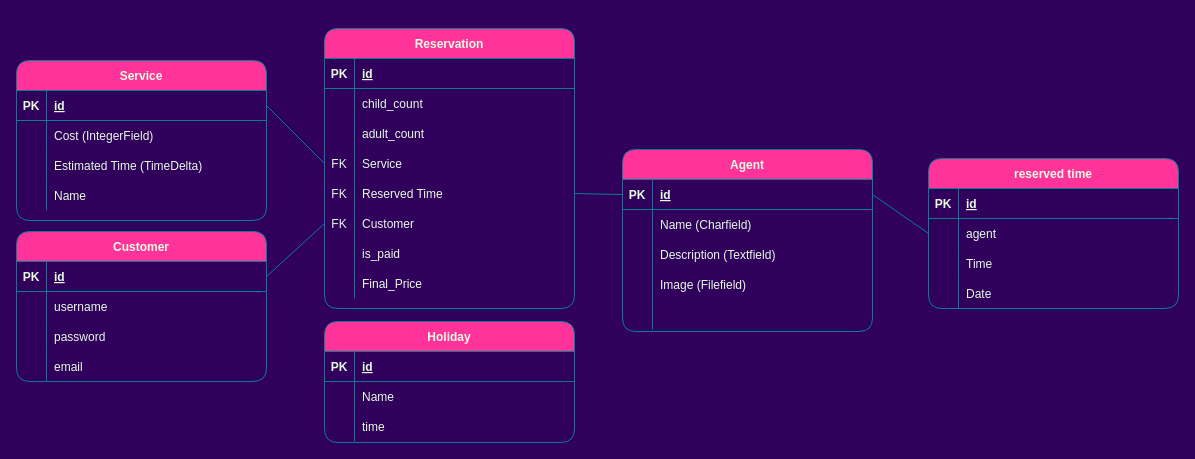
AlirezaDelkhahi/Salon keeps this draw.io diagram as Untitled Diagram.drawio. Above is the earlier version. Source tidied: cells renumbered, new cells numbered last; positions are measured from the earlier drawing's top-left corner, leaving out a move shared by most shapes. Both pictures are drawn from the tidied source at 100%, with x=0, y=0 at pixel (16, 28).
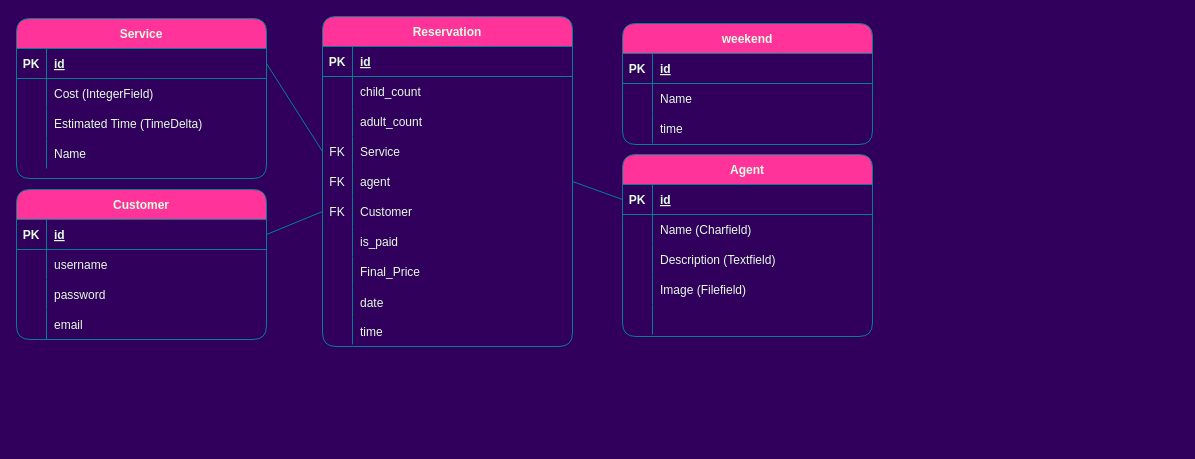
After the change.

The change refers to these unchanged cells:
```xml
<mxCell id="16" style="shape=partialRectangle;fillColor=none;points=[[0,0.5],[1,0.5]];portConstraint=eastwest;top=0;left=0;right=0;bottom=1;strokeColor=#028090;fontColor=#E4FDE1;rounded=1;" parent="15" vertex="1">
  <mxGeometry y="30" width="250" height="30" as="geometry" />
</mxCell>
<mxCell id="67" style="shape=partialRectangle;fillColor=none;points=[[0,0.5],[1,0.5]];portConstraint=eastwest;top=0;left=0;right=0;bottom=0;strokeColor=#028090;fontColor=#E4FDE1;rounded=1;" parent="54" vertex="1">
  <mxGeometry y="150" width="250" height="30" as="geometry" />
</mxCell>
```

The edit, as a diff of the source:
```diff
@@
     <mxCell id="2" value="Service" style="shape=table;startSize=30;childLayout=tableLayout;rowLines=0;fontStyle=1;align=center;fillColor=#FF3399;strokeColor=#028090;fontColor=#E4FDE1;rounded=1;" parent="1" vertex="1">
-      <mxGeometry y="32" width="250" height="160" as="geometry" />
+      <mxGeometry y="-10" width="250" height="160" as="geometry" />
     </mxCell>
@@
     <mxCell id="15" value="Agent" style="shape=table;startSize=30;childLayout=tableLayout;rowLines=0;fontStyle=1;align=center;fillColor=#FF3399;strokeColor=#028090;fontColor=#E4FDE1;rounded=1;" parent="1" vertex="1">
-      <mxGeometry x="606" y="121" width="250" height="182" as="geometry" />
+      <mxGeometry x="606" y="126" width="250" height="182" as="geometry" />
     </mxCell>
@@
     <mxCell id="31" value="Customer" style="shape=table;startSize=30;childLayout=tableLayout;rowLines=0;fontStyle=1;align=center;fillColor=#FF3399;strokeColor=#028090;fontColor=#E4FDE1;rounded=1;" parent="1" vertex="1">
-      <mxGeometry y="203" width="250" height="150" as="geometry" />
+      <mxGeometry y="161" width="250" height="150" as="geometry" />
     </mxCell>
@@
-    <mxCell id="44" value="Holiday" style="shape=table;startSize=30;childLayout=tableLayout;rowLines=0;fontStyle=1;align=center;fillColor=#FF3399;strokeColor=#028090;fontColor=#E4FDE1;rounded=1;" parent="1" vertex="1">
-      <mxGeometry x="308" y="293" width="250" height="121" as="geometry" />
+    <mxCell id="44" value="weekend" style="shape=table;startSize=30;childLayout=tableLayout;rowLines=0;fontStyle=1;align=center;fillColor=#FF3399;strokeColor=#028090;fontColor=#E4FDE1;rounded=1;" parent="1" vertex="1">
+      <mxGeometry x="606" y="-5" width="250" height="121" as="geometry" />
     </mxCell>
@@
     <mxCell id="54" value="Reservation" style="shape=table;startSize=30;childLayout=tableLayout;rowLines=0;fontStyle=1;align=center;fillColor=#FF3399;strokeColor=#028090;fontColor=#E4FDE1;rounded=1;" parent="1" vertex="1">
-      <mxGeometry x="308" width="250" height="280" as="geometry" />
+      <mxGeometry x="306" y="-12" width="250" height="330" as="geometry" />
     </mxCell>
@@
-    <mxCell id="69" value="Reserved Time" style="shape=partialRectangle;overflow=hidden;fillColor=none;top=0;left=0;bottom=0;right=0;align=left;spacingLeft=6;strokeColor=#028090;fontColor=#E4FDE1;rounded=1;" parent="67" vertex="1">
+    <mxCell id="69" value="agent" style="shape=partialRectangle;overflow=hidden;fillColor=none;top=0;left=0;bottom=0;right=0;align=left;spacingLeft=6;strokeColor=#028090;fontColor=#E4FDE1;rounded=1;" parent="67" vertex="1">
       <mxGeometry x="30" width="220" height="30" as="geometry" />
     </mxCell>
@@
+    <mxCell id="96" style="shape=partialRectangle;fillColor=none;top=0;left=0;right=0;bottom=0;strokeColor=#028090;fontColor=#E4FDE1;rounded=1;" parent="54" vertex="1">
+      <mxGeometry y="270" width="250" height="31" as="geometry" />
+    </mxCell>
+    <mxCell id="97" style="shape=partialRectangle;overflow=hidden;fillColor=none;top=0;left=0;bottom=0;right=0;strokeColor=#028090;fontColor=#E4FDE1;rounded=1;" parent="96" vertex="1">
+      <mxGeometry width="30" height="31" as="geometry" />
+    </mxCell>
+    <mxCell id="98" value="date" style="shape=partialRectangle;overflow=hidden;fillColor=none;top=0;left=0;bottom=0;right=0;align=left;spacingLeft=6;strokeColor=#028090;fontColor=#E4FDE1;rounded=1;" parent="96" vertex="1">
+      <mxGeometry x="30" width="220" height="31" as="geometry" />
+    </mxCell>
+    <mxCell id="99" style="shape=partialRectangle;fillColor=none;top=0;left=0;right=0;bottom=0;strokeColor=#028090;fontColor=#E4FDE1;rounded=1;" parent="54" vertex="1">
+      <mxGeometry y="301" width="250" height="27" as="geometry" />
+    </mxCell>
+    <mxCell id="100" style="shape=partialRectangle;overflow=hidden;fillColor=none;top=0;left=0;bottom=0;right=0;strokeColor=#028090;fontColor=#E4FDE1;rounded=1;" parent="99" vertex="1">
+      <mxGeometry width="30" height="27" as="geometry" />
+    </mxCell>
+    <mxCell id="101" value="time" style="shape=partialRectangle;overflow=hidden;fillColor=none;top=0;left=0;bottom=0;right=0;align=left;spacingLeft=6;strokeColor=#028090;fontColor=#E4FDE1;rounded=1;" parent="99" vertex="1">
+      <mxGeometry x="30" width="220" height="27" as="geometry" />
+    </mxCell>
@@
-    <mxCell id="81" value="reserved time" style="shape=table;startSize=30;childLayout=tableLayout;rowLines=0;fontStyle=1;align=center;fillColor=#FF3399;strokeColor=#028090;fontColor=#E4FDE1;rounded=1;" parent="1" vertex="1">
-      <mxGeometry x="912" y="130" width="250" height="150" as="geometry" />
-    </mxCell>
-    <mxCell id="82" style="shape=partialRectangle;fillColor=none;top=0;left=0;right=0;bottom=1;strokeColor=#028090;fontColor=#E4FDE1;rounded=1;" parent="81" vertex="1">
-      <mxGeometry y="30" width="250" height="30" as="geometry" />
-    </mxCell>
-    <mxCell id="83" value="PK" style="shape=partialRectangle;overflow=hidden;fillColor=none;top=0;left=0;bottom=0;right=0;fontStyle=1;strokeColor=#028090;fontColor=#E4FDE1;rounded=1;" parent="82" vertex="1">
-      <mxGeometry width="30" height="30" as="geometry" />
-    </mxCell>
-    <mxCell id="84" value="id" style="shape=partialRectangle;overflow=hidden;fillColor=none;top=0;left=0;bottom=0;right=0;align=left;spacingLeft=6;fontStyle=5;strokeColor=#028090;fontColor=#E4FDE1;rounded=1;" parent="82" vertex="1">
-      <mxGeometry x="30" width="220" height="30" as="geometry" />
-    </mxCell>
-    <mxCell id="85" style="shape=partialRectangle;fillColor=none;points=[[0,0.5],[1,0.5]];portConstraint=eastwest;top=0;left=0;right=0;bottom=0;strokeColor=#028090;fontColor=#E4FDE1;rounded=1;" parent="81" vertex="1">
-      <mxGeometry y="60" width="250" height="30" as="geometry" />
-    </mxCell>
-    <mxCell id="86" style="shape=partialRectangle;overflow=hidden;fillColor=none;top=0;left=0;bottom=0;right=0;strokeColor=#028090;fontColor=#E4FDE1;rounded=1;" parent="85" vertex="1">
-      <mxGeometry width="30" height="30" as="geometry" />
-    </mxCell>
-    <mxCell id="87" value="agent" style="shape=partialRectangle;overflow=hidden;fillColor=none;top=0;left=0;bottom=0;right=0;align=left;spacingLeft=6;strokeColor=#028090;fontColor=#E4FDE1;rounded=1;" parent="85" vertex="1">
-      <mxGeometry x="30" width="220" height="30" as="geometry" />
-    </mxCell>
-    <mxCell id="88" style="shape=partialRectangle;fillColor=none;top=0;left=0;right=0;bottom=0;strokeColor=#028090;fontColor=#E4FDE1;rounded=1;" parent="81" vertex="1">
-      <mxGeometry y="90" width="250" height="30" as="geometry" />
-    </mxCell>
-    <mxCell id="89" style="shape=partialRectangle;overflow=hidden;fillColor=none;top=0;left=0;bottom=0;right=0;strokeColor=#028090;fontColor=#E4FDE1;rounded=1;" parent="88" vertex="1">
-      <mxGeometry width="30" height="30" as="geometry" />
-    </mxCell>
-    <mxCell id="90" value="Time" style="shape=partialRectangle;overflow=hidden;fillColor=none;top=0;left=0;bottom=0;right=0;align=left;spacingLeft=6;strokeColor=#028090;fontColor=#E4FDE1;rounded=1;" parent="88" vertex="1">
-      <mxGeometry x="30" width="220" height="30" as="geometry" />
-    </mxCell>
-    <mxCell id="91" style="shape=partialRectangle;fillColor=none;top=0;left=0;right=0;bottom=0;strokeColor=#028090;fontColor=#E4FDE1;rounded=1;" parent="81" vertex="1">
-      <mxGeometry y="120" width="250" height="30" as="geometry" />
-    </mxCell>
-    <mxCell id="92" style="shape=partialRectangle;overflow=hidden;fillColor=none;top=0;left=0;bottom=0;right=0;strokeColor=#028090;fontColor=#E4FDE1;rounded=1;" parent="91" vertex="1">
-      <mxGeometry width="30" height="30" as="geometry" />
-    </mxCell>
-    <mxCell id="93" value="Date" style="shape=partialRectangle;overflow=hidden;fillColor=none;top=0;left=0;bottom=0;right=0;align=left;spacingLeft=6;strokeColor=#028090;fontColor=#E4FDE1;rounded=1;" parent="91" vertex="1">
-      <mxGeometry x="30" width="220" height="30" as="geometry" />
-    </mxCell>
@@
-    <mxCell id="95" style="endArrow=none;html=1;rounded=1;fontColor=#E4FDE1;strokeColor=#028090;fillColor=#F45B69;entryX=0;entryY=0.5;entryDx=0;entryDy=0;exitX=1;exitY=0.5;exitDx=0;exitDy=0;" parent="1" edge="1" source="16" target="85">
-      <mxGeometry relative="1" as="geometry" />
-    </mxCell>
```
